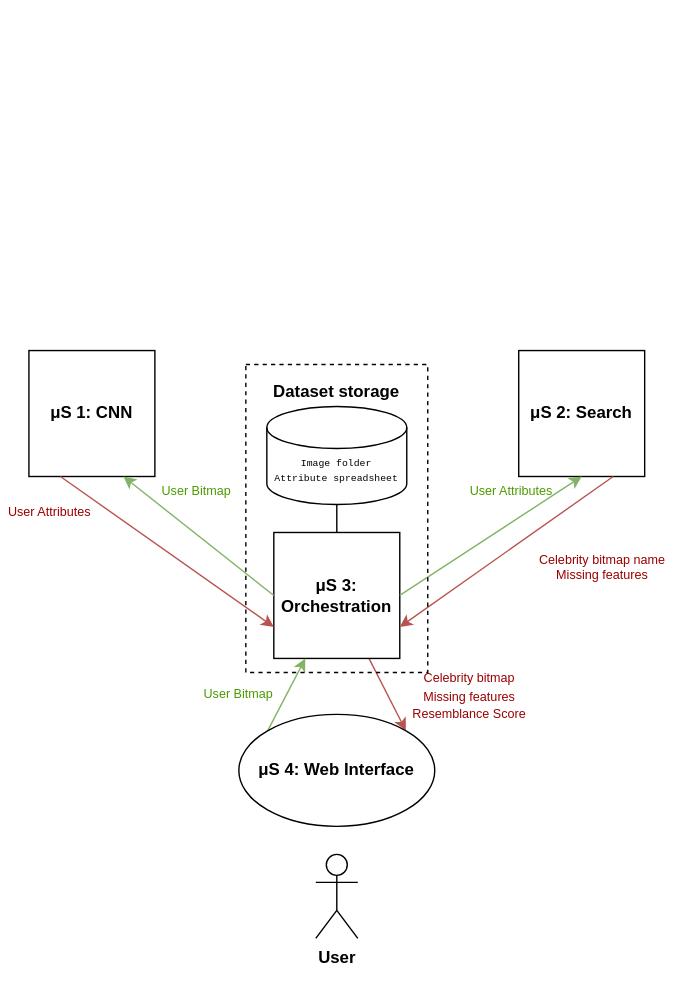
The draw.io diagram architechture.drawio.svg in Wissem0/Projet-Integrateur-Classification-d-images, before a commit. Source tidied: cells renumbered, new cells last; positions are measured from the earlier drawing's top-left corner, leaving out a move shared by most shapes. The source it was exported from:
```xml
<mxGraphModel>
  <root>
    <mxCell id="0" />
    <mxCell id="1" parent="0" />
    <mxCell id="2" style="rounded=0;whiteSpace=wrap;html=1;fillStyle=solid;strokeColor=none;fontFamily=Helvetica;fontColor=#000000;fillColor=#FFFFFF;" parent="1" vertex="1">
      <mxGeometry x="20" width="440" height="700" as="geometry" />
    </mxCell>
    <mxCell id="3" value="&lt;b&gt;μS 1: CNN&lt;/b&gt;" style="whiteSpace=wrap;html=1;fillStyle=solid;fontFamily=Helvetica;fillColor=#FFFFFF;" parent="1" vertex="1">
      <mxGeometry x="20" y="250" width="90" height="90" as="geometry" />
    </mxCell>
    <mxCell id="4" value="&lt;b&gt;μS 2: Search&lt;br&gt;&lt;/b&gt;" style="whiteSpace=wrap;html=1;fillStyle=solid;fontFamily=Helvetica;fillColor=#FFFFFF;" parent="1" vertex="1">
      <mxGeometry x="370" y="250" width="90" height="90" as="geometry" />
    </mxCell>
    <mxCell id="5" style="edgeStyle=none;rounded=0;jettySize=auto;html=1;entryX=1;entryY=0;entryDx=0;entryDy=0;fontFamily=Helvetica;elbow=vertical;fillColor=#fff2cc;strokeColor=#B85450;" parent="1" edge="1" source="6" target="9">
      <mxGeometry relative="1" as="geometry" />
    </mxCell>
    <mxCell id="6" value="&lt;b style=&quot;&quot;&gt;μS 3: Orchestration&lt;/b&gt;" style="whiteSpace=wrap;html=1;fillStyle=solid;fontFamily=Helvetica;fillColor=#FFFFFF;" parent="1" vertex="1">
      <mxGeometry x="195" y="380" width="90" height="90" as="geometry" />
    </mxCell>
    <mxCell id="7" style="rounded=0;jettySize=auto;html=1;fontFamily=Helvetica;exitX=0;exitY=0;exitDx=0;exitDy=0;entryX=0.25;entryY=1;entryDx=0;entryDy=0;fillColor=#d5e8d4;strokeColor=#82b366;" parent="1" edge="1" source="9" target="6">
      <mxGeometry relative="1" as="geometry" />
    </mxCell>
    <mxCell id="8" value="&lt;b&gt;User&lt;/b&gt;" style="shape=umlActor;verticalLabelPosition=bottom;verticalAlign=top;html=1;fillStyle=solid;fontFamily=Helvetica;fillColor=#FFFFFF;" parent="1" vertex="1">
      <mxGeometry x="225" y="610" width="30" height="60" as="geometry" />
    </mxCell>
    <mxCell id="9" value="&lt;b&gt;μS 4: &lt;/b&gt;&lt;b&gt;Web Interface&lt;br&gt;&lt;/b&gt;" style="ellipse;whiteSpace=wrap;html=1;fillStyle=solid;fontFamily=Helvetica;fillColor=#FFFFFF;" parent="1" vertex="1">
      <mxGeometry x="170" y="510" width="140" height="80" as="geometry" />
    </mxCell>
    <mxCell id="10" value="&lt;font style=&quot;font-size: 9px;&quot; color=&quot;#4D9900&quot;&gt;User Bitmap&lt;/font&gt;" style="text;html=1;strokeColor=none;fillColor=none;align=center;verticalAlign=middle;whiteSpace=wrap;rounded=0;fillStyle=solid;fontFamily=Helvetica;" parent="1" vertex="1">
      <mxGeometry x="110" y="335" width="60" height="30" as="geometry" />
    </mxCell>
    <mxCell id="11" value="&lt;font style=&quot;font-size: 9px;&quot; color=&quot;#990000&quot;&gt;User Attributes&lt;/font&gt;" style="text;html=1;strokeColor=none;fillColor=none;align=center;verticalAlign=middle;whiteSpace=wrap;rounded=0;fillStyle=solid;fontFamily=Helvetica;" parent="1" vertex="1">
      <mxGeometry y="350" width="70" height="30" as="geometry" />
    </mxCell>
    <mxCell id="12" value="&lt;div style=&quot;font-size: 9px;&quot;&gt;&lt;font style=&quot;font-size: 9px;&quot; color=&quot;#990000&quot;&gt;Celebrity bitmap name&lt;/font&gt;&lt;/div&gt;&lt;div style=&quot;font-size: 9px;&quot;&gt;&lt;font style=&quot;font-size: 9px;&quot; color=&quot;#990000&quot;&gt;&lt;font style=&quot;font-size: 9px;&quot;&gt;Missing features&lt;/font&gt;&lt;br&gt;&lt;/font&gt;&lt;/div&gt;" style="text;html=1;strokeColor=none;fillColor=none;align=center;verticalAlign=middle;whiteSpace=wrap;rounded=0;fillStyle=solid;fontFamily=Helvetica;" parent="1" vertex="1">
      <mxGeometry x="380" y="390" width="100" height="30" as="geometry" />
    </mxCell>
    <mxCell id="13" value="&lt;font style=&quot;font-size: 9px;&quot; color=&quot;#4D9900&quot;&gt;User Attributes&lt;/font&gt;" style="text;html=1;strokeColor=none;fillColor=none;align=center;verticalAlign=middle;whiteSpace=wrap;rounded=0;fillStyle=solid;fontFamily=Helvetica;" parent="1" vertex="1">
      <mxGeometry x="330" y="335" width="70" height="30" as="geometry" />
    </mxCell>
    <mxCell id="14" value="&lt;font color=&quot;#4d9900&quot; style=&quot;font-size: 9px;&quot;&gt;User Bitmap&lt;/font&gt;" style="text;html=1;align=center;verticalAlign=middle;whiteSpace=wrap;rounded=0;fillStyle=solid;fontFamily=Helvetica;" parent="1" vertex="1">
      <mxGeometry x="140" y="480" width="60" height="30" as="geometry" />
    </mxCell>
    <mxCell id="15" value="&lt;div style=&quot;&quot;&gt;&lt;font color=&quot;#990000&quot; style=&quot;font-size: 9px;&quot;&gt;Celebrity bitmap&lt;/font&gt;&lt;/div&gt;&lt;div style=&quot;&quot;&gt;&lt;font color=&quot;#990000&quot;&gt;&lt;font style=&quot;font-size: 9px; background-color: initial;&quot;&gt;Missing fe&lt;/font&gt;&lt;font style=&quot;font-size: 9px; background-color: initial;&quot;&gt;atu&lt;/font&gt;&lt;font style=&quot;font-size: 9px; background-color: initial;&quot;&gt;res&lt;/font&gt;&lt;/font&gt;&lt;/div&gt;&lt;div style=&quot;font-size: 9px;&quot;&gt;&lt;font color=&quot;#990000&quot;&gt;&lt;font style=&quot;background-color: initial;&quot;&gt;Resemblance Scor&lt;/font&gt;&lt;font style=&quot;background-color: initial;&quot;&gt;e&lt;/font&gt;&lt;/font&gt;&lt;/div&gt;" style="text;html=1;strokeColor=none;fillColor=none;align=center;verticalAlign=middle;whiteSpace=wrap;rounded=0;fillStyle=solid;fontFamily=Helvetica;" parent="1" vertex="1">
      <mxGeometry x="260" y="480" width="150" height="30" as="geometry" />
    </mxCell>
    <mxCell id="16" style="shape=cylinder3;whiteSpace=wrap;html=1;boundedLbl=1;backgroundOutline=1;size=15;" parent="1" vertex="1">
      <mxGeometry x="190" y="290" width="100" height="70" as="geometry" />
    </mxCell>
    <mxCell id="17" value="&lt;p style=&quot;line-height: 70%;&quot;&gt;&lt;font style=&quot;font-size: 7px;&quot; face=&quot;Courier New&quot;&gt;Image folder&lt;br&gt;Attribute spreadsheet&lt;/font&gt;&lt;/p&gt;" style="text;html=1;strokeColor=none;fillColor=none;align=center;verticalAlign=middle;whiteSpace=wrap;rounded=0;" parent="1" vertex="1">
      <mxGeometry x="180" y="316" width="120" height="38" as="geometry" />
    </mxCell>
    <mxCell id="18" value="&lt;div align=&quot;center&quot;&gt;&lt;b&gt;&lt;font face=&quot;Helvetica&quot;&gt;&lt;span class=&quot;js-about-item-abstr&quot;&gt;Dataset storage&lt;/span&gt;&lt;/font&gt;&lt;/b&gt;&lt;br&gt;&lt;span class=&quot;js-about-item-abstr&quot;&gt;&lt;/span&gt;&lt;/div&gt;" style="text;strokeColor=none;fillColor=none;align=center;verticalAlign=middle;spacingLeft=4;spacingRight=4;overflow=hidden;whiteSpace=wrap;html=1;fontFamily=Courier New;" parent="1" vertex="1">
      <mxGeometry x="180" y="270" width="120" height="20" as="geometry" />
    </mxCell>
    <mxCell id="19" style="rounded=1;jettySize=auto;html=1;fontFamily=Helvetica;entryX=0.75;entryY=1;entryDx=0;entryDy=0;exitX=0;exitY=0.5;exitDx=0;exitDy=0;fillColor=#d5e8d4;strokeColor=#82b366;startArrow=none;" parent="1" edge="1" source="6" target="3">
      <mxGeometry relative="1" as="geometry" />
    </mxCell>
    <mxCell id="20" style="rounded=1;jettySize=auto;html=1;entryX=0.5;entryY=1;entryDx=0;entryDy=0;fontFamily=Helvetica;fillColor=#d5e8d4;strokeColor=#82b366;exitX=1;exitY=0.5;exitDx=0;exitDy=0;" parent="1" edge="1" source="6" target="4">
      <mxGeometry relative="1" as="geometry" />
    </mxCell>
    <mxCell id="21" style="rounded=1;jettySize=auto;html=1;entryX=1;entryY=0.75;entryDx=0;entryDy=0;fontFamily=Helvetica;exitX=0.75;exitY=1;exitDx=0;exitDy=0;fillColor=#f8cecc;strokeColor=#b85450;" parent="1" edge="1" source="4" target="6">
      <mxGeometry relative="1" as="geometry" />
    </mxCell>
    <mxCell id="22" style="rounded=0;whiteSpace=wrap;html=1;fontSize=9;fontColor=#990000;dashed=1;fillColor=none;" parent="1" vertex="1">
      <mxGeometry x="175" y="260" width="130" height="220" as="geometry" />
    </mxCell>
    <mxCell id="23" style="endArrow=none;html=1;rounded=0;strokeColor=#000000;fontSize=7;fontColor=#990000;entryX=0.5;entryY=1;entryDx=0;entryDy=0;entryPerimeter=0;exitX=0.5;exitY=0;exitDx=0;exitDy=0;" parent="1" edge="1" source="6" target="16">
      <mxGeometry relative="1" as="geometry" />
    </mxCell>
    <mxCell id="24" style="rounded=1;jettySize=auto;html=1;fontFamily=Helvetica;exitX=0.25;exitY=1;exitDx=0;exitDy=0;entryX=0;entryY=0.75;entryDx=0;entryDy=0;fillColor=#f8cecc;strokeColor=#b85450;" parent="1" edge="1" source="3" target="6">
      <mxGeometry relative="1" as="geometry" />
    </mxCell>
  </root>
</mxGraphModel>
```
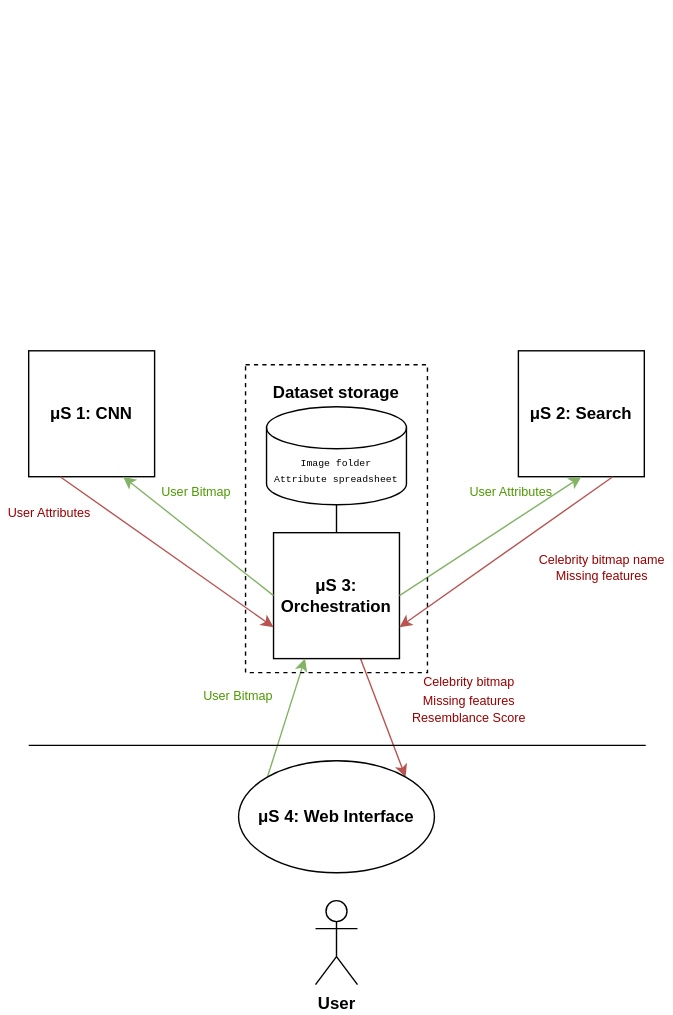
Above is the later version.

The edit, as a diff of the source:
```diff
@@ -21,10 +21,10 @@
       <mxGeometry relative="1" as="geometry" />
     </mxCell>
     <mxCell id="8" value="&lt;b&gt;User&lt;/b&gt;" style="shape=umlActor;verticalLabelPosition=bottom;verticalAlign=top;html=1;fillStyle=solid;fontFamily=Helvetica;fillColor=#FFFFFF;" parent="1" vertex="1">
-      <mxGeometry x="225" y="610" width="30" height="60" as="geometry" />
+      <mxGeometry x="225" y="643" width="30" height="60" as="geometry" />
     </mxCell>
     <mxCell id="9" value="&lt;b&gt;μS 4: &lt;/b&gt;&lt;b&gt;Web Interface&lt;br&gt;&lt;/b&gt;" style="ellipse;whiteSpace=wrap;html=1;fillStyle=solid;fontFamily=Helvetica;fillColor=#FFFFFF;" parent="1" vertex="1">
-      <mxGeometry x="170" y="510" width="140" height="80" as="geometry" />
+      <mxGeometry x="170" y="543" width="140" height="80" as="geometry" />
     </mxCell>
     <mxCell id="10" value="&lt;font style=&quot;font-size: 9px;&quot; color=&quot;#4D9900&quot;&gt;User Bitmap&lt;/font&gt;" style="text;html=1;strokeColor=none;fillColor=none;align=center;verticalAlign=middle;whiteSpace=wrap;rounded=0;fillStyle=solid;fontFamily=Helvetica;" parent="1" vertex="1">
       <mxGeometry x="110" y="335" width="60" height="30" as="geometry" />
@@ -39,10 +39,10 @@
       <mxGeometry x="330" y="335" width="70" height="30" as="geometry" />
     </mxCell>
     <mxCell id="14" value="&lt;font color=&quot;#4d9900&quot; style=&quot;font-size: 9px;&quot;&gt;User Bitmap&lt;/font&gt;" style="text;html=1;align=center;verticalAlign=middle;whiteSpace=wrap;rounded=0;fillStyle=solid;fontFamily=Helvetica;" parent="1" vertex="1">
-      <mxGeometry x="140" y="480" width="60" height="30" as="geometry" />
+      <mxGeometry x="140" y="481" width="60" height="30" as="geometry" />
     </mxCell>
     <mxCell id="15" value="&lt;div style=&quot;&quot;&gt;&lt;font color=&quot;#990000&quot; style=&quot;font-size: 9px;&quot;&gt;Celebrity bitmap&lt;/font&gt;&lt;/div&gt;&lt;div style=&quot;&quot;&gt;&lt;font color=&quot;#990000&quot;&gt;&lt;font style=&quot;font-size: 9px; background-color: initial;&quot;&gt;Missing fe&lt;/font&gt;&lt;font style=&quot;font-size: 9px; background-color: initial;&quot;&gt;atu&lt;/font&gt;&lt;font style=&quot;font-size: 9px; background-color: initial;&quot;&gt;res&lt;/font&gt;&lt;/font&gt;&lt;/div&gt;&lt;div style=&quot;font-size: 9px;&quot;&gt;&lt;font color=&quot;#990000&quot;&gt;&lt;font style=&quot;background-color: initial;&quot;&gt;Resemblance Scor&lt;/font&gt;&lt;font style=&quot;background-color: initial;&quot;&gt;e&lt;/font&gt;&lt;/font&gt;&lt;/div&gt;" style="text;html=1;strokeColor=none;fillColor=none;align=center;verticalAlign=middle;whiteSpace=wrap;rounded=0;fillStyle=solid;fontFamily=Helvetica;" parent="1" vertex="1">
-      <mxGeometry x="260" y="480" width="150" height="30" as="geometry" />
+      <mxGeometry x="260" y="483" width="150" height="30" as="geometry" />
     </mxCell>
     <mxCell id="16" style="shape=cylinder3;whiteSpace=wrap;html=1;boundedLbl=1;backgroundOutline=1;size=15;" parent="1" vertex="1">
       <mxGeometry x="190" y="290" width="100" height="70" as="geometry" />
@@ -71,5 +71,11 @@
     <mxCell id="24" style="rounded=1;jettySize=auto;html=1;fontFamily=Helvetica;exitX=0.25;exitY=1;exitDx=0;exitDy=0;entryX=0;entryY=0.75;entryDx=0;entryDy=0;fillColor=#f8cecc;strokeColor=#b85450;" parent="1" edge="1" source="3" target="6">
       <mxGeometry relative="1" as="geometry" />
     </mxCell>
+    <mxCell id="25" style="endArrow=none;html=1;rounded=0;strokeColor=#000000;fontSize=12;fontColor=#990000;" parent="1" edge="1">
+      <mxGeometry relative="1" as="geometry">
+        <mxPoint x="20" y="532" as="sourcePoint" />
+        <mxPoint x="461" y="532" as="targetPoint" />
+      </mxGeometry>
+    </mxCell>
   </root>
 </mxGraphModel>
```
